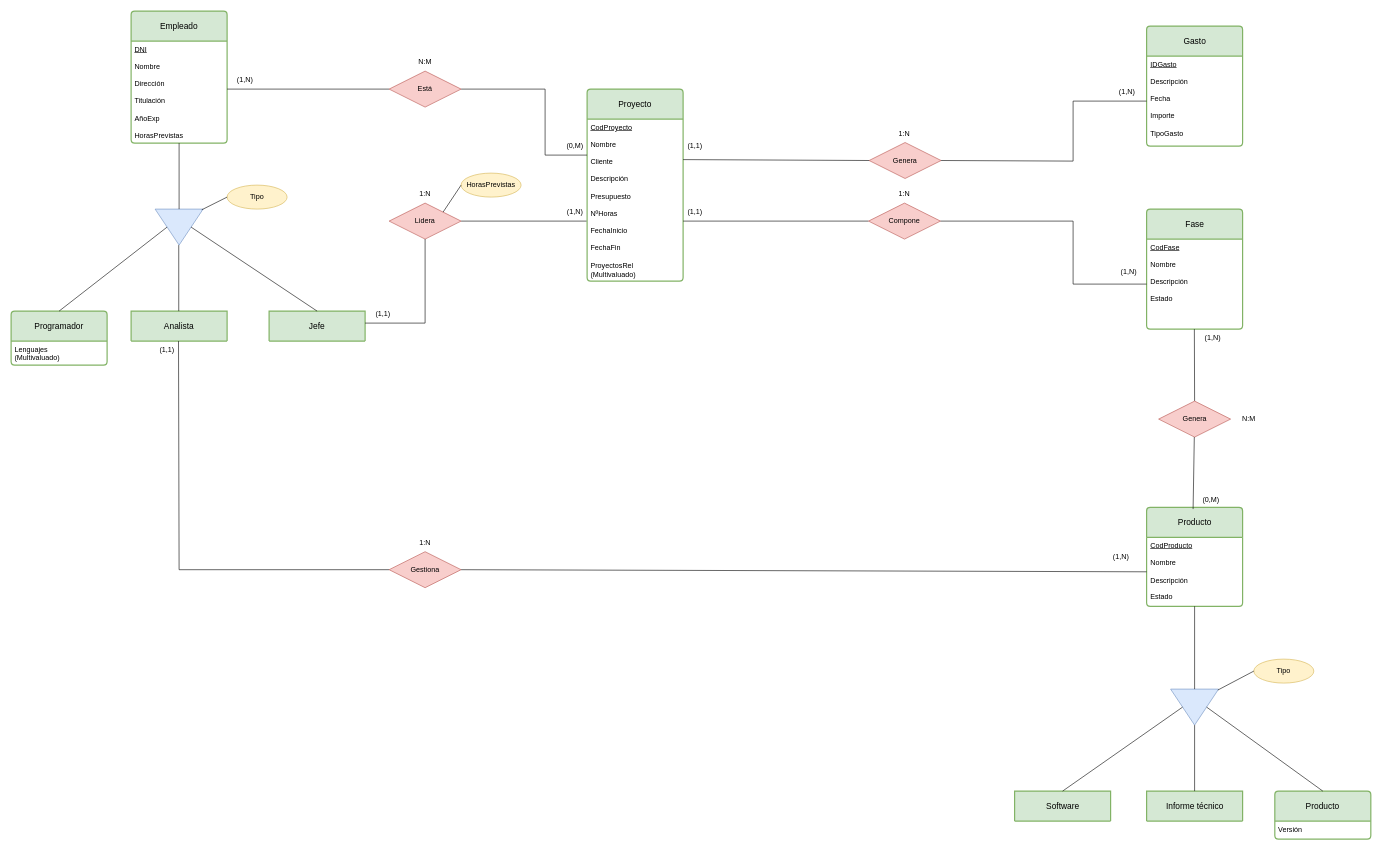
The draw.io diagram BasesDatos/Tema 5/ActividadBD5.2.drawio in RubenAC1999/Clase, before the edit. Source tidied: cells renumbered, new cells numbered last; positions are measured from the earlier drawing's top-left corner, leaving out a move shared by most shapes. Both pictures are drawn from the tidied source at 60%, with x=0, y=0 at pixel (11, 11).
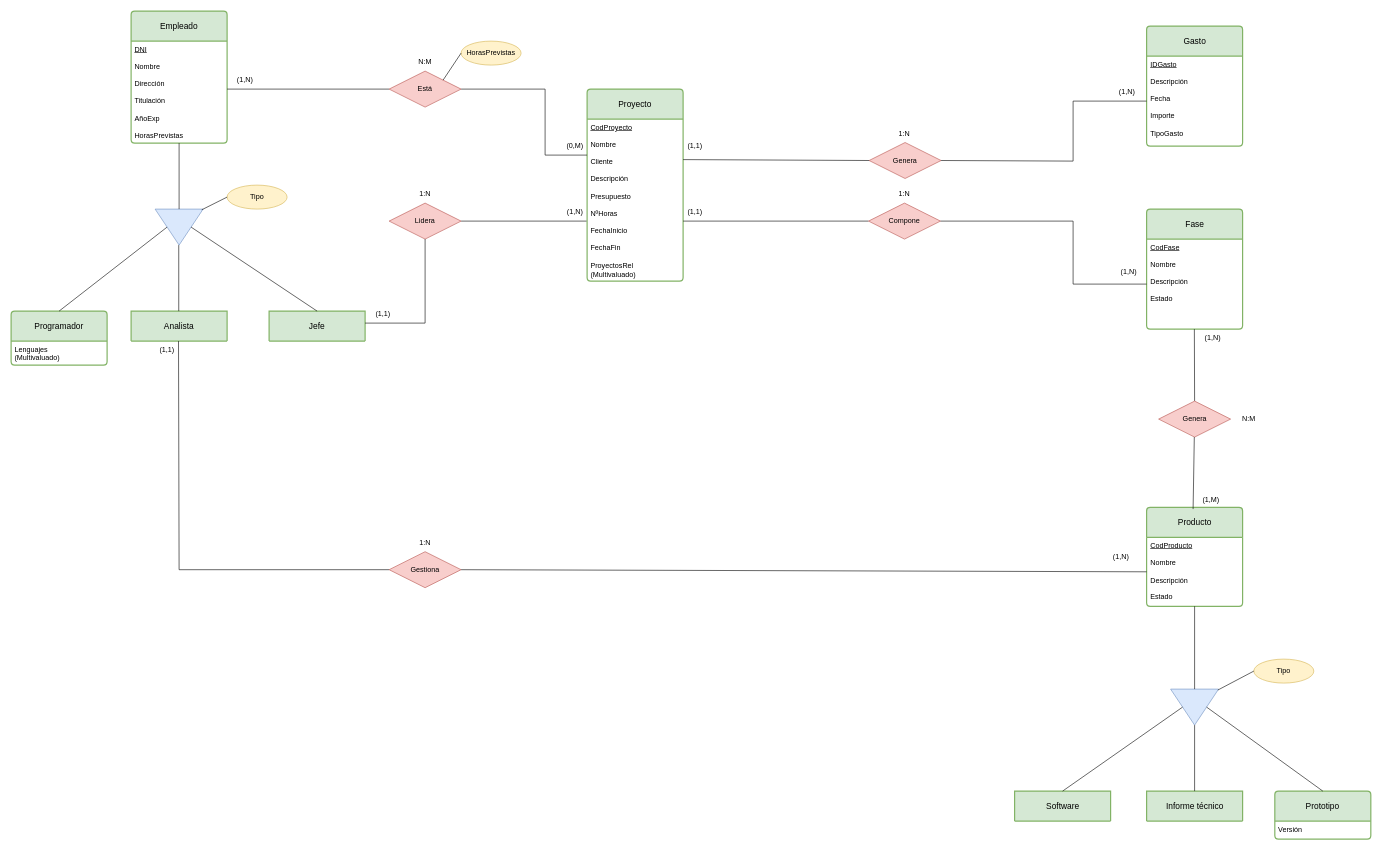
The same page after the edit.

The change refers to these unchanged cells:
```xml
<mxCell id="26" value="Lidera" style="shape=rhombus;perimeter=rhombusPerimeter;whiteSpace=wrap;html=1;align=center;fillColor=#f8cecc;strokeColor=#b85450;" parent="1" vertex="1">
  <mxGeometry x="630" y="320" width="120" height="60" as="geometry" />
</mxCell>
```

Diff of the diagram source:
```diff
@@
-    <mxCell id="14" value="Producto" style="swimlane;horizontal=1;startSize=50;rounded=1;fontSize=14;fontStyle=0;strokeWidth=2;shadow=0;dashed=0;align=center;arcSize=4;whiteSpace=wrap;html=1;fillColor=#d5e8d4;strokeColor=#82b366;" parent="1" vertex="1">
+    <mxCell id="14" value="Prototipo" style="swimlane;horizontal=1;startSize=50;rounded=1;fontSize=14;fontStyle=0;strokeWidth=2;shadow=0;dashed=0;align=center;arcSize=4;whiteSpace=wrap;html=1;fillColor=#d5e8d4;strokeColor=#82b366;" parent="1" vertex="1">
       <mxGeometry x="2106.2" y="1300" width="160" height="80" as="geometry" />
     </mxCell>
@@
-    <mxCell id="44" value="HorasPrevistas" style="ellipse;whiteSpace=wrap;html=1;align=center;fillColor=#fff2cc;strokeColor=#d6b656;" parent="1" vertex="1">
-      <mxGeometry x="750" y="270" width="100" height="40" as="geometry" />
-    </mxCell>
-    <mxCell id="45" style="endArrow=none;html=1;rounded=0;exitX=1;exitY=0;exitDx=0;exitDy=0;entryX=0;entryY=0.5;entryDx=0;entryDy=0;" parent="1" edge="1" source="26" target="44">
-      <mxGeometry relative="1" as="geometry" />
-    </mxCell>
@@
-    <mxCell id="65" value="(0,M)" style="text;html=1;strokeColor=none;fillColor=none;align=center;verticalAlign=middle;whiteSpace=wrap;rounded=0;" parent="1" vertex="1">
+    <mxCell id="65" value="(1,M)" style="text;html=1;strokeColor=none;fillColor=none;align=center;verticalAlign=middle;whiteSpace=wrap;rounded=0;" parent="1" vertex="1">
       <mxGeometry x="1970" y="800" width="60" height="30" as="geometry" />
     </mxCell>
@@
+    <mxCell id="44" value="HorasPrevistas" style="ellipse;whiteSpace=wrap;html=1;align=center;fillColor=#fff2cc;strokeColor=#d6b656;" parent="1" vertex="1">
+      <mxGeometry x="750" y="50" width="100" height="40" as="geometry" />
+    </mxCell>
+    <mxCell id="72" style="endArrow=none;html=1;rounded=0;exitX=1;exitY=0;exitDx=0;exitDy=0;entryX=0;entryY=0.5;entryDx=0;entryDy=0;" parent="1" edge="1" target="44">
+      <mxGeometry relative="1" as="geometry">
+        <mxPoint x="720" y="115" as="sourcePoint" />
+      </mxGeometry>
+    </mxCell>
```
